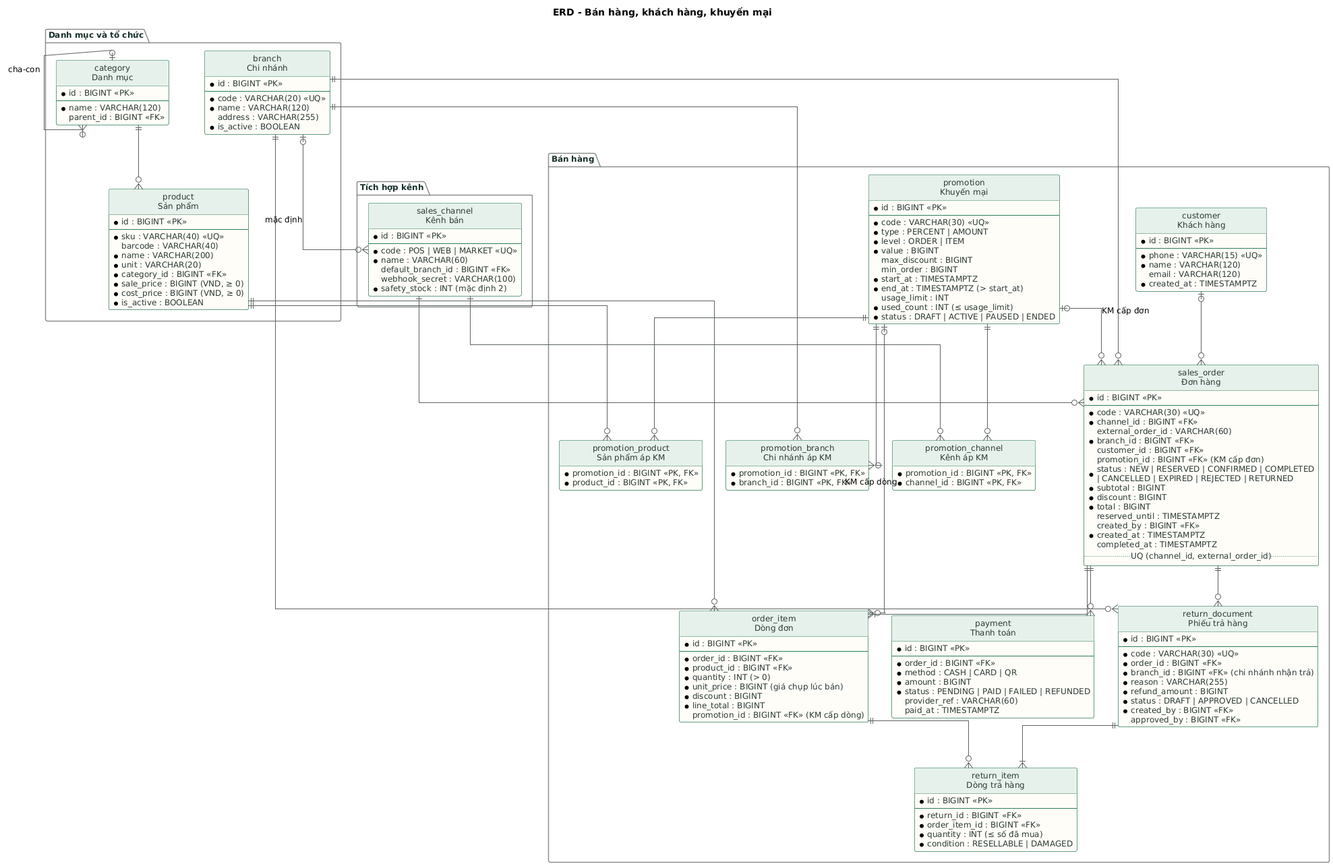
Before: docs/design/erd/png/01-erd-ban-hang.png, a diagram exported from PlantUML (NguyenDokhai2005/GreenMart). Source of this version:
```plantuml
@startuml 01-erd-ban-hang

skinparam defaultFontName "DejaVu Sans"
skinparam defaultFontSize 12
skinparam shadowing false
skinparam linetype ortho
skinparam ArrowColor #5C6360
skinparam class {
  BackgroundColor #FFFDF8
  BorderColor #2F7D5B
  HeaderBackgroundColor #E7F1EB
  FontColor #16302B
  AttributeFontColor #2B3A35
}
skinparam package {
  BorderColor #8A8F8C
  FontColor #16302B
}
hide circle
hide methods
hide stereotype
title ERD - Bán hàng, khách hàng, khuyến mại

package "Danh mục và tổ chức" {
  entity "branch\nChi nhánh" as branch {
    * id : BIGINT <<PK>>
    --
    * code : VARCHAR(20) <<UQ>>
    * name : VARCHAR(120)
    address : VARCHAR(255)
    * is_active : BOOLEAN
  }
  entity "category\nDanh mục" as category {
    * id : BIGINT <<PK>>
    --
    * name : VARCHAR(120)
    parent_id : BIGINT <<FK>>
  }
  entity "product\nSản phẩm" as product {
    * id : BIGINT <<PK>>
    --
    * sku : VARCHAR(40) <<UQ>>
    barcode : VARCHAR(40)
    * name : VARCHAR(200)
    * unit : VARCHAR(20)
    * category_id : BIGINT <<FK>>
    * sale_price : BIGINT (VND, ≥ 0)
    * cost_price : BIGINT (VND, ≥ 0)
    * is_active : BOOLEAN
  }
}
package "Bán hàng" {
  entity "customer\nKhách hàng" as customer {
    * id : BIGINT <<PK>>
    --
    * phone : VARCHAR(15) <<UQ>>
    * name : VARCHAR(120)
    email : VARCHAR(120)
    * created_at : TIMESTAMPTZ
  }
  entity "promotion\nKhuyến mại" as promotion {
    * id : BIGINT <<PK>>
    --
    * code : VARCHAR(30) <<UQ>>
    * type : PERCENT | AMOUNT
    * level : ORDER | ITEM
    * value : BIGINT
    max_discount : BIGINT
    min_order : BIGINT
    * start_at : TIMESTAMPTZ
    * end_at : TIMESTAMPTZ (> start_at)
    usage_limit : INT
    * used_count : INT (≤ usage_limit)
    * status : DRAFT | ACTIVE | PAUSED | ENDED
  }
  entity "promotion_product\nSản phẩm áp KM" as promotion_product {
    * promotion_id : BIGINT <<PK, FK>>
    * product_id : BIGINT <<PK, FK>>
  }
  entity "promotion_branch\nChi nhánh áp KM" as promotion_branch {
    * promotion_id : BIGINT <<PK, FK>>
    * branch_id : BIGINT <<PK, FK>>
  }
  entity "promotion_channel\nKênh áp KM" as promotion_channel {
    * promotion_id : BIGINT <<PK, FK>>
    * channel_id : BIGINT <<PK, FK>>
  }
  entity "sales_order\nĐơn hàng" as sales_order {
    * id : BIGINT <<PK>>
    --
    * code : VARCHAR(30) <<UQ>>
    * channel_id : BIGINT <<FK>>
    external_order_id : VARCHAR(60)
    * branch_id : BIGINT <<FK>>
    customer_id : BIGINT <<FK>>
    promotion_id : BIGINT <<FK>> (KM cấp đơn)
    * status : NEW | RESERVED | CONFIRMED | COMPLETED\n| CANCELLED | EXPIRED | REJECTED | RETURNED
    * subtotal : BIGINT
    * discount : BIGINT
    * total : BIGINT
    reserved_until : TIMESTAMPTZ
    created_by : BIGINT <<FK>>
    * created_at : TIMESTAMPTZ
    completed_at : TIMESTAMPTZ
    .. UQ (channel_id, external_order_id) ..
  }
  entity "order_item\nDòng đơn" as order_item {
    * id : BIGINT <<PK>>
    --
    * order_id : BIGINT <<FK>>
    * product_id : BIGINT <<FK>>
    * quantity : INT (> 0)
    * unit_price : BIGINT (giá chụp lúc bán)
    * discount : BIGINT
    * line_total : BIGINT
    promotion_id : BIGINT <<FK>> (KM cấp dòng)
  }
  entity "payment\nThanh toán" as payment {
    * id : BIGINT <<PK>>
    --
    * order_id : BIGINT <<FK>>
    * method : CASH | CARD | QR
    * amount : BIGINT
    * status : PENDING | PAID | FAILED | REFUNDED
    provider_ref : VARCHAR(60)
    paid_at : TIMESTAMPTZ
  }
  entity "return_document\nPhiếu trả hàng" as return_document {
    * id : BIGINT <<PK>>
    --
    * code : VARCHAR(30) <<UQ>>
    * order_id : BIGINT <<FK>>
    * branch_id : BIGINT <<FK>> (chi nhánh nhận trả)
    * reason : VARCHAR(255)
    * refund_amount : BIGINT
    * status : DRAFT | APPROVED | CANCELLED
    * created_by : BIGINT <<FK>>
    approved_by : BIGINT <<FK>>
  }
  entity "return_item\nDòng trả hàng" as return_item {
    * id : BIGINT <<PK>>
    --
    * return_id : BIGINT <<FK>>
    * order_item_id : BIGINT <<FK>>
    * quantity : INT (≤ số đã mua)
    * condition : RESELLABLE | DAMAGED
  }
}
package "Tích hợp kênh" {
  entity "sales_channel\nKênh bán" as channel {
    * id : BIGINT <<PK>>
    --
    * code : POS | WEB | MARKET <<UQ>>
    * name : VARCHAR(60)
    default_branch_id : BIGINT <<FK>>
    webhook_secret : VARCHAR(100)
    * safety_stock : INT (mặc định 2)
  }
}
category |o--o{ category : cha-con
category ||--o{ product
customer |o--o{ sales_order
branch ||--o{ sales_order
channel ||--o{ sales_order
promotion |o--o{ sales_order : KM cấp đơn
sales_order ||--|{ order_item
product ||--o{ order_item
promotion |o--o{ order_item : KM cấp dòng
sales_order ||--o{ payment
sales_order ||--o{ return_document
return_document ||--|{ return_item
order_item ||--o{ return_item
branch ||--o{ return_document
promotion ||--o{ promotion_product
product ||--o{ promotion_product
promotion ||--o{ promotion_branch
branch ||--o{ promotion_branch
promotion ||--o{ promotion_channel
channel ||--o{ promotion_channel
branch |o--o{ channel : mặc định
@enduml
```
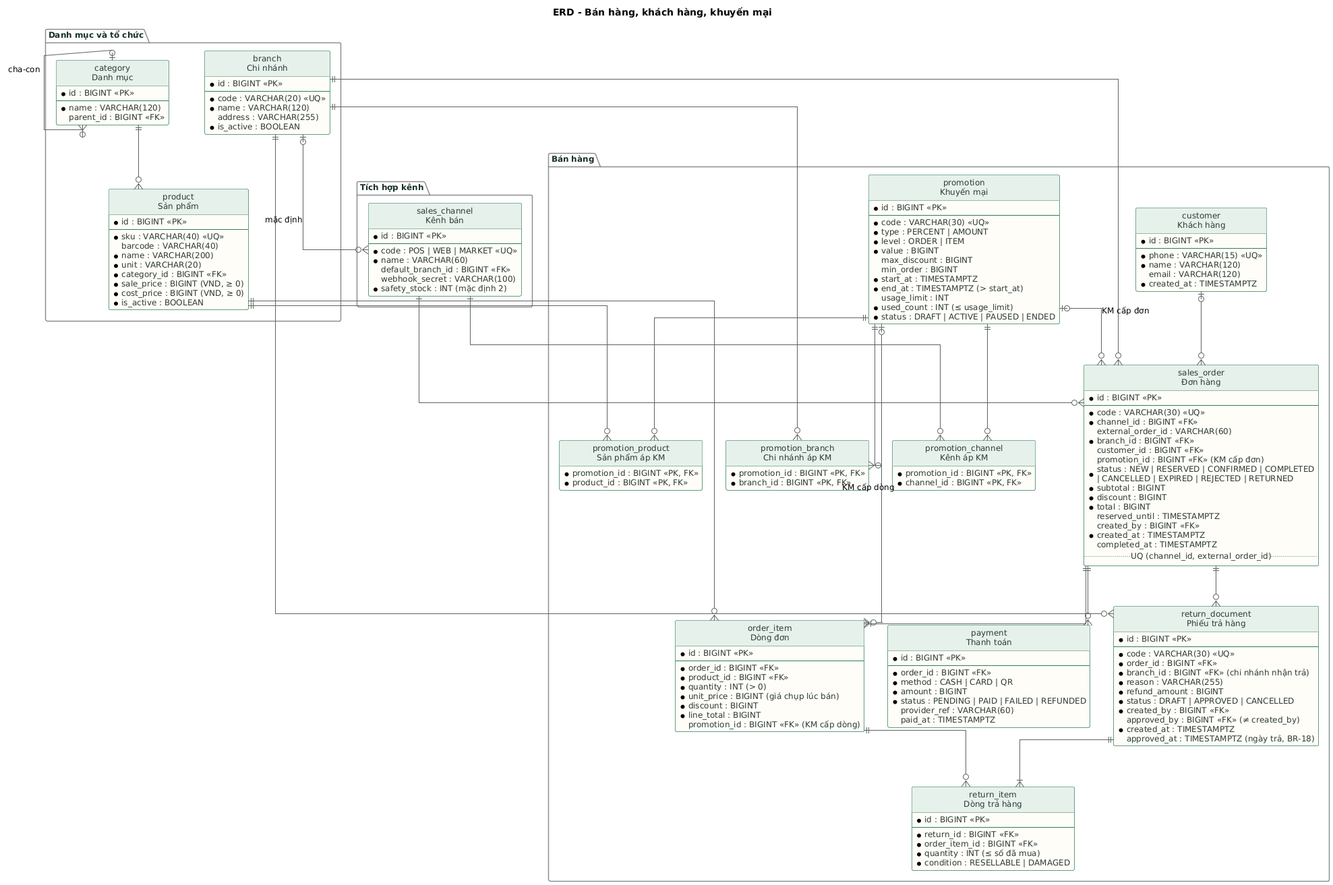
The same diagram one commit later.

Change to the diagram source:
```diff
@@ -135,7 +135,9 @@
     * refund_amount : BIGINT
     * status : DRAFT | APPROVED | CANCELLED
     * created_by : BIGINT <<FK>>
-    approved_by : BIGINT <<FK>>
+    approved_by : BIGINT <<FK>> (≠ created_by)
+    * created_at : TIMESTAMPTZ
+    approved_at : TIMESTAMPTZ (ngày trả, BR-18)
   }
   entity "return_item\nDòng trả hàng" as return_item {
     * id : BIGINT <<PK>>
```
